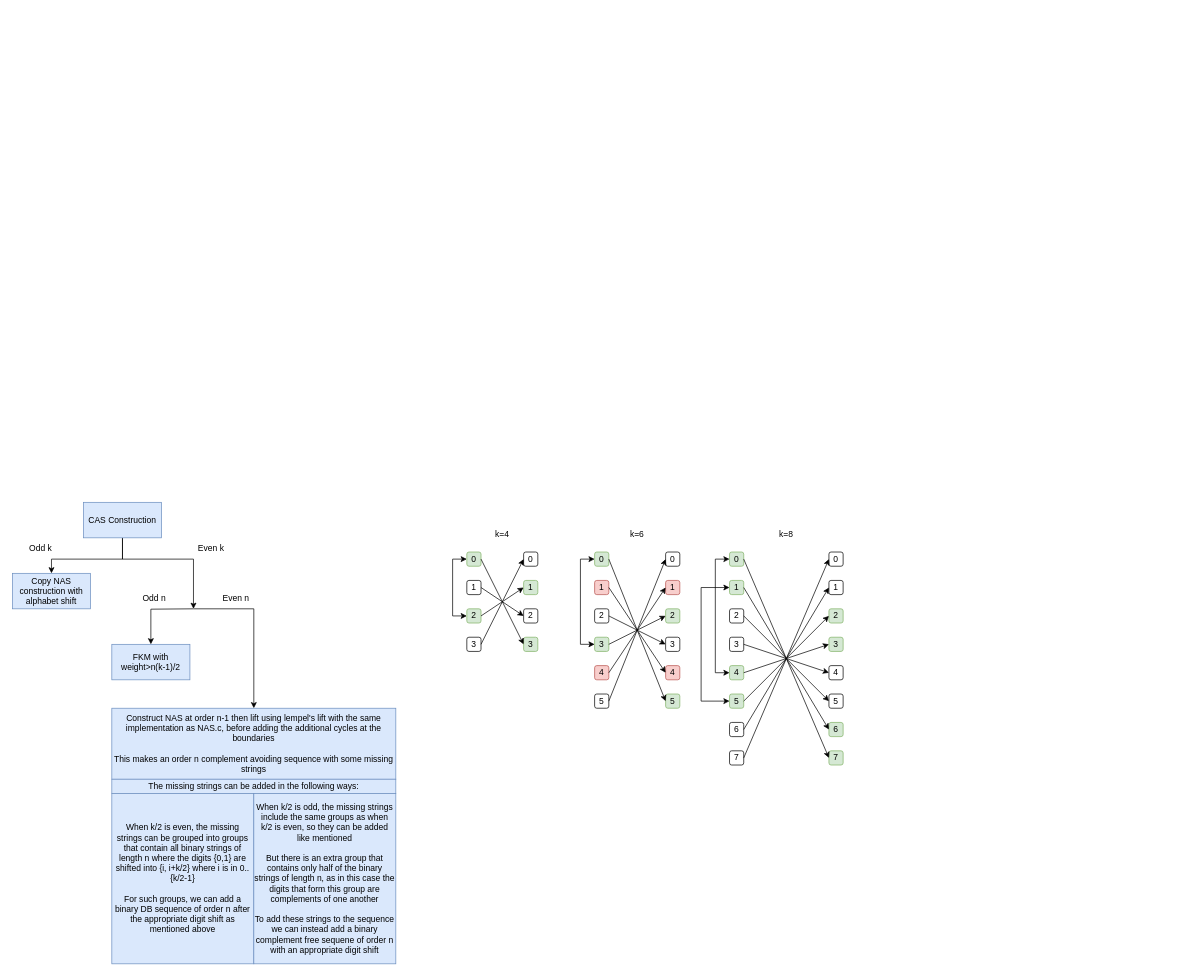
Above: Trees/Complement Free/CAS Construction.drawio in Al-ttaeeA/research (draw.io), before the change. Source tidied: cells renumbered, new cells numbered last; positions are measured from the earlier drawing's top-left corner, leaving out a move shared by most shapes. Both pictures are drawn from the tidied source at 71%, with x=0, y=0 at pixel (12, 502).
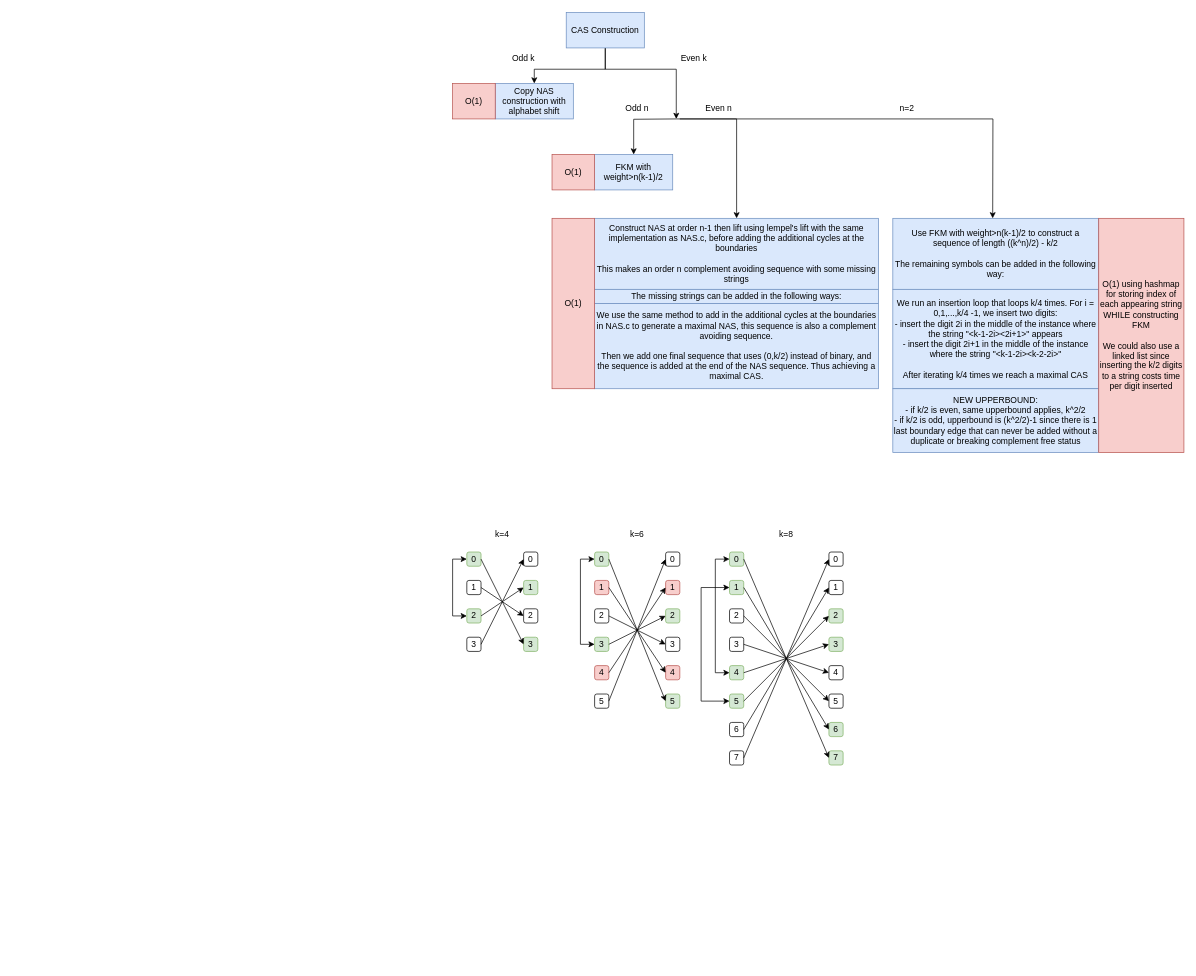
The same diagram, later.

Commit message (it also covers changes not shown here):
Changed a lot of stuff, added optimal construction for even even, and added optimal construction for even k n=2

What changed in the source:
```diff
@@
     <mxCell id="2" style="edgeStyle=orthogonalEdgeStyle;rounded=0;jettySize=auto;html=1;exitX=0.5;exitY=1;exitDx=0;exitDy=0;entryX=0.5;entryY=0;entryDx=0;entryDy=0;" parent="1" edge="1" source="4" target="5">
       <mxGeometry relative="1" as="geometry">
         <Array as="points">
-          <mxPoint x="155" y="80" />
-          <mxPoint x="55" y="80" />
+          <mxPoint x="835" y="-610" />
+          <mxPoint x="735" y="-610" />
         </Array>
       </mxGeometry>
     </mxCell>
     <mxCell id="3" style="edgeStyle=orthogonalEdgeStyle;rounded=0;jettySize=auto;html=1;exitX=0.5;exitY=1;exitDx=0;exitDy=0;" parent="1" edge="1" source="4">
       <mxGeometry relative="1" as="geometry">
-        <mxPoint x="255" y="150" as="targetPoint" />
+        <mxPoint x="935" y="-540" as="targetPoint" />
         <Array as="points">
-          <mxPoint x="155" y="80" />
-          <mxPoint x="255" y="80" />
+          <mxPoint x="835" y="-610" />
+          <mxPoint x="935" y="-610" />
         </Array>
       </mxGeometry>
     </mxCell>
     <mxCell id="4" value="CAS Construction" style="rounded=0;whiteSpace=wrap;html=1;fillColor=#dae8fc;strokeColor=#6c8ebf;" parent="1" vertex="1">
-      <mxGeometry x="100" width="110" height="50" as="geometry" />
+      <mxGeometry x="780" y="-690" width="110" height="50" as="geometry" />
     </mxCell>
     <mxCell id="5" value="Copy NAS construction with alphabet shift" style="rounded=0;whiteSpace=wrap;html=1;fillColor=#dae8fc;strokeColor=#6c8ebf;" parent="1" vertex="1">
-      <mxGeometry y="100" width="110" height="50" as="geometry" />
+      <mxGeometry x="680" y="-590" width="110" height="50" as="geometry" />
     </mxCell>
     <mxCell id="6" style="edgeStyle=orthogonalEdgeStyle;rounded=0;jettySize=auto;html=1;exitX=0.5;exitY=1;exitDx=0;exitDy=0;entryX=0.5;entryY=0;entryDx=0;entryDy=0;" parent="1" edge="1" target="10">
       <mxGeometry relative="1" as="geometry">
-        <mxPoint x="255" y="150" as="sourcePoint" />
+        <mxPoint x="935" y="-540" as="sourcePoint" />
       </mxGeometry>
     </mxCell>
     <mxCell id="7" style="edgeStyle=orthogonalEdgeStyle;rounded=0;jettySize=auto;html=1;exitX=0.5;exitY=1;exitDx=0;exitDy=0;entryX=0.5;entryY=0;entryDx=0;entryDy=0;" parent="1" edge="1" target="11">
       <mxGeometry relative="1" as="geometry">
-        <mxPoint x="255" y="150" as="sourcePoint" />
+        <mxPoint x="935" y="-540" as="sourcePoint" />
         <Array as="points">
-          <mxPoint x="340" y="150" />
+          <mxPoint x="1020" y="-540" />
         </Array>
       </mxGeometry>
     </mxCell>
     <mxCell id="8" value="Odd k" style="text;html=1;whiteSpace=wrap;strokeColor=none;fillColor=none;align=center;verticalAlign=middle;rounded=0;" parent="1" vertex="1">
-      <mxGeometry x="10" y="50" width="60" height="30" as="geometry" />
+      <mxGeometry x="690" y="-640" width="60" height="30" as="geometry" />
     </mxCell>
     <mxCell id="9" value="Even k" style="text;html=1;whiteSpace=wrap;strokeColor=none;fillColor=none;align=center;verticalAlign=middle;rounded=0;" parent="1" vertex="1">
-      <mxGeometry x="250" y="50" width="60" height="30" as="geometry" />
+      <mxGeometry x="930" y="-640" width="60" height="30" as="geometry" />
     </mxCell>
     <mxCell id="10" value="FKM with weight&amp;gt;n(k-1)/2" style="rounded=0;whiteSpace=wrap;html=1;fillColor=#dae8fc;strokeColor=#6c8ebf;" parent="1" vertex="1">
-      <mxGeometry x="140" y="200" width="110" height="50" as="geometry" />
+      <mxGeometry x="820" y="-490" width="110" height="50" as="geometry" />
     </mxCell>
     <mxCell id="11" value="Construct NAS at order n-1 then lift using lempel's lift with the same implementation as NAS.c, before adding the additional cycles at the boundaries&lt;div&gt;&lt;br&gt;&lt;/div&gt;&lt;div&gt;This makes an order n complement avoiding sequence with some missing strings&lt;/div&gt;" style="rounded=0;whiteSpace=wrap;html=1;fillColor=#dae8fc;strokeColor=#6c8ebf;" parent="1" vertex="1">
-      <mxGeometry x="140" y="290" width="400" height="100" as="geometry" />
+      <mxGeometry x="820" y="-400" width="400" height="100" as="geometry" />
     </mxCell>
     <mxCell id="12" value="Odd n" style="text;html=1;whiteSpace=wrap;strokeColor=none;fillColor=none;align=center;verticalAlign=middle;rounded=0;" parent="1" vertex="1">
-      <mxGeometry x="170" y="120" width="60" height="30" as="geometry" />
+      <mxGeometry x="850" y="-570" width="60" height="30" as="geometry" />
     </mxCell>
     <mxCell id="13" value="Even n" style="text;html=1;whiteSpace=wrap;strokeColor=none;fillColor=none;align=center;verticalAlign=middle;rounded=0;" parent="1" vertex="1">
-      <mxGeometry x="285" y="120" width="60" height="30" as="geometry" />
+      <mxGeometry x="965" y="-570" width="60" height="30" as="geometry" />
     </mxCell>
     <mxCell id="14" value="The missing strings can be added in the following ways:" style="rounded=0;whiteSpace=wrap;html=1;fillColor=#dae8fc;strokeColor=#6c8ebf;" parent="1" vertex="1">
-      <mxGeometry x="140" y="390" width="400" height="20" as="geometry" />
+      <mxGeometry x="820" y="-300" width="400" height="20" as="geometry" />
     </mxCell>
-    <mxCell id="15" value="When k/2 is even, the missing strings can be grouped into groups that contain all binary strings of length n where the digits {0,1} are shifted into {i, i+k/2} where i is in 0..{k/2-1}&lt;div&gt;&lt;br&gt;&lt;/div&gt;&lt;div&gt;For such groups, we can add a binary DB sequence of order n after the appropriate digit shift as mentioned above&lt;/div&gt;" style="rounded=0;whiteSpace=wrap;html=1;fillColor=#dae8fc;strokeColor=#6c8ebf;" parent="1" vertex="1">
-      <mxGeometry x="140" y="410" width="200" height="240" as="geometry" />
+    <mxCell id="15" value="We use the same method to add in the additional cycles at the boundaries in NAS.c to generate a maximal NAS, this sequence is also a complement avoiding sequence.&lt;div&gt;&lt;br&gt;&lt;/div&gt;&lt;div&gt;Then we add one final sequence that uses (0,k/2) instead of binary, and the sequence is added at the end of the NAS sequence. Thus achieving a maximal CAS.&lt;/div&gt;" style="rounded=0;whiteSpace=wrap;html=1;fillColor=#dae8fc;strokeColor=#6c8ebf;" parent="1" vertex="1">
+      <mxGeometry x="820" y="-280" width="400" height="120" as="geometry" />
     </mxCell>
-    <mxCell id="16" value="When k/2 is odd, the missing strings include the same groups as when k/2 is even, so they can be added like mentioned&lt;div&gt;&lt;br&gt;&lt;/div&gt;&lt;div&gt;But there is an extra group that contains only half of the binary strings of length n, as in this case the digits that form this group are complements of one another&lt;/div&gt;&lt;div&gt;&lt;br&gt;&lt;/div&gt;&lt;div&gt;To add these strings to the sequence we can instead add a binary complement free sequene of order n with an appropriate digit shift&lt;/div&gt;" style="rounded=0;whiteSpace=wrap;html=1;fillColor=#dae8fc;strokeColor=#6c8ebf;" parent="1" vertex="1">
-      <mxGeometry x="340" y="410" width="200" height="240" as="geometry" />
-    </mxCell>
@@
+    <mxCell id="78" value="Use FKM with weight&amp;gt;n(k-1)/2 to construct a sequence of length ((k^n)/2) - k/2&lt;div&gt;&lt;br&gt;&lt;/div&gt;&lt;div&gt;The remaining symbols can be added in the following way:&lt;/div&gt;" style="rounded=0;whiteSpace=wrap;html=1;fillColor=#dae8fc;strokeColor=#6c8ebf;" parent="1" vertex="1">
+      <mxGeometry x="1240" y="-400" width="290" height="100" as="geometry" />
+    </mxCell>
+    <mxCell id="79" style="endArrow=classic;html=1;rounded=0;entryX=0.485;entryY=0;entryDx=0;entryDy=0;entryPerimeter=0;" parent="1" edge="1" target="78">
+      <mxGeometry relative="1" as="geometry">
+        <mxPoint x="940" y="-540" as="sourcePoint" />
+        <Array as="points">
+          <mxPoint x="1381" y="-540" />
+        </Array>
+      </mxGeometry>
+    </mxCell>
+    <mxCell id="80" value="n=2" style="text;html=1;whiteSpace=wrap;strokeColor=none;fillColor=none;align=center;verticalAlign=middle;rounded=0;" parent="1" vertex="1">
+      <mxGeometry x="1230" y="-570" width="60" height="30" as="geometry" />
+    </mxCell>
+    <mxCell id="81" value="We run an insertion loop that loops k/4 times. For i = 0,1,...,k/4 -1, we insert two digits:&lt;div&gt;- insert the digit 2i in the middle of the instance where the string &quot;&amp;lt;k-1-2i&amp;gt;&amp;lt;2i+1&amp;gt;&quot; appears&lt;/div&gt;&lt;div&gt;- insert the digit 2i+1 in the middle of the instance where the string &quot;&amp;lt;k-1-2i&amp;gt;&amp;lt;k-2-2i&amp;gt;&quot;&lt;/div&gt;&lt;div&gt;&lt;br&gt;&lt;/div&gt;&lt;div&gt;After iterating k/4 times we reach a maximal CAS&lt;/div&gt;" style="rounded=0;whiteSpace=wrap;html=1;fillColor=#dae8fc;strokeColor=#6c8ebf;" parent="1" vertex="1">
+      <mxGeometry x="1240" y="-300" width="290" height="140" as="geometry" />
+    </mxCell>
+    <mxCell id="82" value="NEW UPPERBOUND:&lt;div&gt;- if k/2 is even, same upperbound applies, k^2/2&lt;/div&gt;&lt;div&gt;- if k/2 is odd, upperbound is (k^2/2)-1 since there is 1 last boundary edge that can never be added without a duplicate or breaking complement free status&lt;/div&gt;" style="rounded=0;whiteSpace=wrap;html=1;fillColor=#dae8fc;strokeColor=#6c8ebf;" parent="1" vertex="1">
+      <mxGeometry x="1240" y="-160" width="290" height="90" as="geometry" />
+    </mxCell>
+    <mxCell id="83" value="O(1)" style="rounded=0;whiteSpace=wrap;html=1;fillColor=#f8cecc;strokeColor=#b85450;" parent="1" vertex="1">
+      <mxGeometry x="620" y="-590" width="60" height="50" as="geometry" />
+    </mxCell>
+    <mxCell id="84" value="O(1)" style="rounded=0;whiteSpace=wrap;html=1;fillColor=#f8cecc;strokeColor=#b85450;" parent="1" vertex="1">
+      <mxGeometry x="760" y="-490" width="60" height="50" as="geometry" />
+    </mxCell>
+    <mxCell id="85" value="O(1)" style="rounded=0;whiteSpace=wrap;html=1;fillColor=#f8cecc;strokeColor=#b85450;" parent="1" vertex="1">
+      <mxGeometry x="760" y="-400" width="60" height="240" as="geometry" />
+    </mxCell>
+    <mxCell id="86" value="O(1) using hashmap for storing index of each appearing string WHILE constructing FKM&lt;div&gt;&lt;br&gt;&lt;/div&gt;&lt;div&gt;We could also use a linked list since inserting the k/2 digits to a string costs time per digit inserted&lt;/div&gt;" style="rounded=0;whiteSpace=wrap;html=1;fillColor=#f8cecc;strokeColor=#b85450;" parent="1" vertex="1">
+      <mxGeometry x="1530" y="-400" width="120" height="330" as="geometry" />
+    </mxCell>
```
